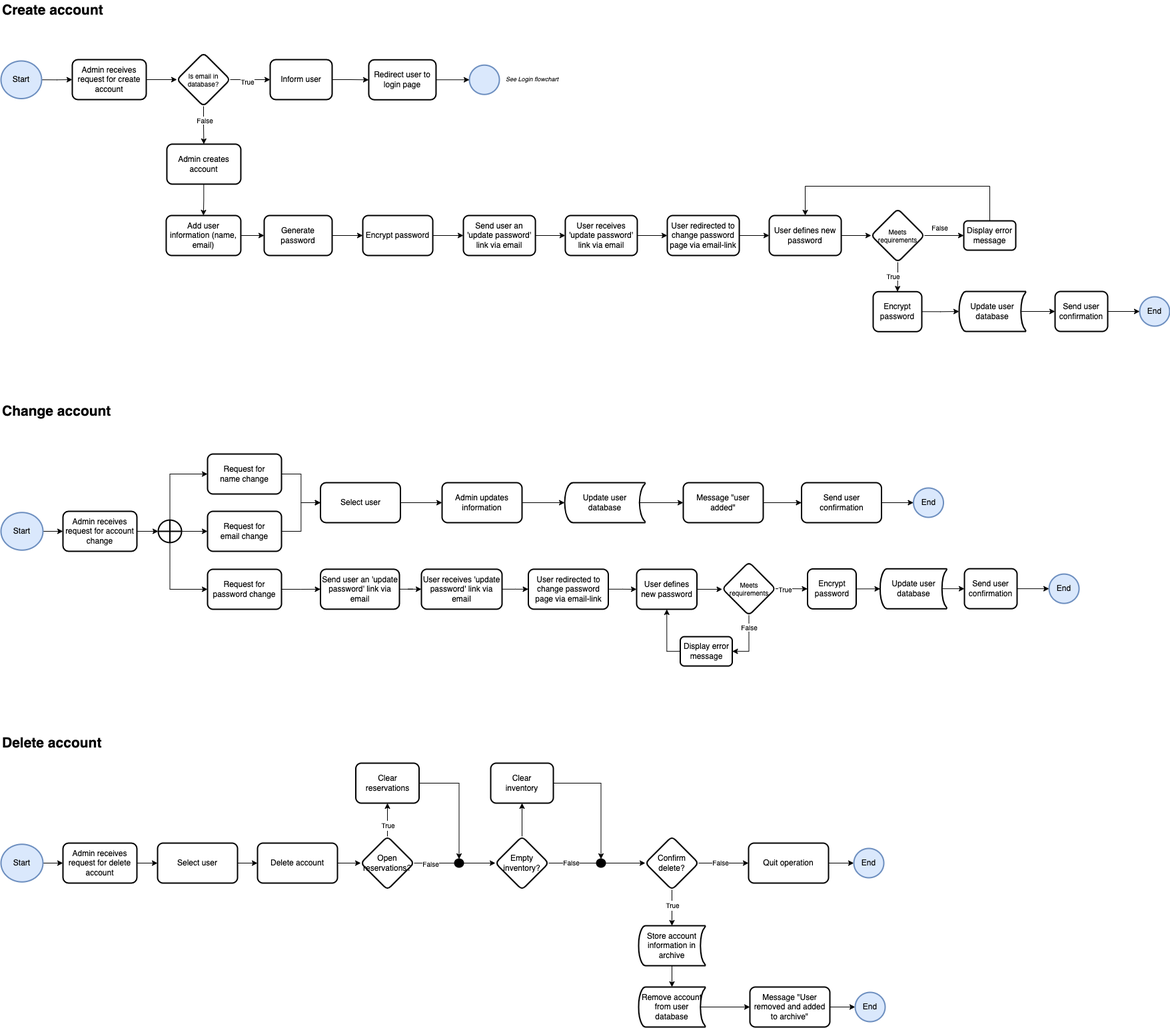
Earlier version of the draw.io export diagrams/manage-account.png (LauretteBuitenhuis/BookRental). Source tidied: cells renumbered, new cells last; positions are measured from the earlier drawing's top-left corner, leaving out a move shared by most shapes.
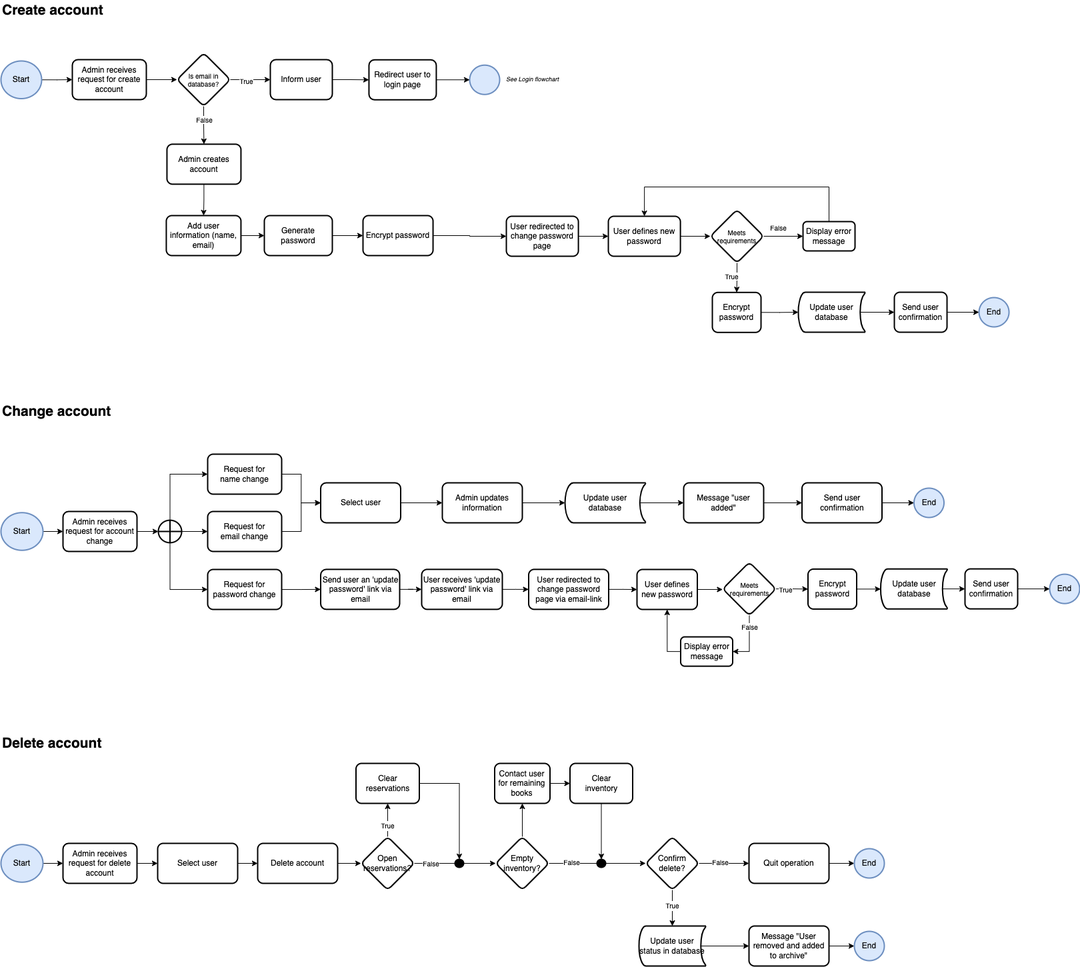
Later version of the same file.

Commit message:
Updated activity diagram manage account

Change to the diagram source:
```diff
@@ -68,35 +68,23 @@
     <mxCell id="23" value="See Login flowchart" style="text;html=1;strokeColor=none;fillColor=none;align=left;verticalAlign=middle;whiteSpace=wrap;rounded=0;strokeWidth=2;fontSize=9;fontStyle=2;" parent="1" vertex="1">
       <mxGeometry x="756" y="104.2" width="111" height="30" as="geometry" />
     </mxCell>
-    <mxCell id="24" style="edgeStyle=orthogonalEdgeStyle;rounded=0;jettySize=auto;html=1;exitX=1;exitY=0.5;exitDx=0;exitDy=0;entryX=0;entryY=0.5;entryDx=0;entryDy=0;fontSize=9;" parent="1" edge="1" source="25" target="27">
+    <mxCell id="24" style="edgeStyle=orthogonalEdgeStyle;rounded=0;jettySize=auto;html=1;exitX=1;exitY=0.5;exitDx=0;exitDy=0;entryX=0;entryY=0.5;entryDx=0;entryDy=0;fontSize=9;" parent="1" edge="1" source="25" target="31">
       <mxGeometry relative="1" as="geometry" />
     </mxCell>
     <mxCell id="25" value="Encrypt password" style="whiteSpace=wrap;html=1;fontSize=12;rounded=1;arcSize=14;strokeWidth=2;" parent="1" vertex="1">
       <mxGeometry x="543" y="323" width="105.1" height="60" as="geometry" />
     </mxCell>
-    <mxCell id="26" style="edgeStyle=orthogonalEdgeStyle;rounded=0;jettySize=auto;html=1;fontSize=12;" parent="1" edge="1" source="27" target="29">
-      <mxGeometry relative="1" as="geometry" />
-    </mxCell>
-    <mxCell id="27" value="Send user an 'update password' link via email" style="whiteSpace=wrap;html=1;rounded=1;arcSize=14;strokeWidth=2;" parent="1" vertex="1">
-      <mxGeometry x="694" y="323" width="108.1" height="60" as="geometry" />
-    </mxCell>
-    <mxCell id="28" style="edgeStyle=orthogonalEdgeStyle;rounded=0;jettySize=auto;html=1;exitX=1;exitY=0.5;exitDx=0;exitDy=0;entryX=0;entryY=0.5;entryDx=0;entryDy=0;fontSize=9;" parent="1" edge="1" source="29" target="31">
-      <mxGeometry relative="1" as="geometry" />
-    </mxCell>
-    <mxCell id="29" value="User receives 'update password' link via email" style="whiteSpace=wrap;html=1;rounded=1;arcSize=14;strokeWidth=2;" parent="1" vertex="1">
-      <mxGeometry x="846.9" y="323" width="108.1" height="60" as="geometry" />
-    </mxCell>
     <mxCell id="30" style="edgeStyle=orthogonalEdgeStyle;rounded=0;jettySize=auto;html=1;fontSize=12;" parent="1" edge="1" source="31" target="33">
       <mxGeometry relative="1" as="geometry" />
     </mxCell>
-    <mxCell id="31" value="User redirected to change password page via email-link" style="whiteSpace=wrap;html=1;rounded=1;arcSize=14;strokeWidth=2;" parent="1" vertex="1">
-      <mxGeometry x="1000" y="323" width="108.1" height="60" as="geometry" />
+    <mxCell id="31" value="User redirected to change password page" style="whiteSpace=wrap;html=1;rounded=1;arcSize=14;strokeWidth=2;" parent="1" vertex="1">
+      <mxGeometry x="758" y="324" width="108.1" height="60" as="geometry" />
     </mxCell>
     <mxCell id="32" style="edgeStyle=orthogonalEdgeStyle;rounded=0;jettySize=auto;html=1;exitX=1;exitY=0.5;exitDx=0;exitDy=0;entryX=0;entryY=0.5;entryDx=0;entryDy=0;fontSize=9;" parent="1" edge="1" source="33" target="38">
       <mxGeometry relative="1" as="geometry" />
     </mxCell>
     <mxCell id="33" value="User defines new password" style="whiteSpace=wrap;html=1;rounded=1;arcSize=14;strokeWidth=2;" parent="1" vertex="1">
-      <mxGeometry x="1153" y="323" width="108.1" height="60" as="geometry" />
+      <mxGeometry x="911" y="324" width="108.1" height="60" as="geometry" />
     </mxCell>
     <mxCell id="34" style="edgeStyle=orthogonalEdgeStyle;rounded=0;jettySize=auto;html=1;fontSize=10;exitX=1;exitY=0.5;exitDx=0;exitDy=0;entryX=0;entryY=0.5;entryDx=0;entryDy=0;" parent="1" edge="1" source="38" target="40">
       <mxGeometry relative="1" as="geometry" />
@@ -115,39 +103,39 @@
       </mxGeometry>
     </mxCell>
     <mxCell id="38" value="Meets requirements" style="rhombus;whiteSpace=wrap;html=1;rounded=1;arcSize=14;strokeWidth=2;fontSize=10;horizontal=1;verticalAlign=middle;" parent="1" vertex="1">
-      <mxGeometry x="1306" y="313" width="80" height="80" as="geometry" />
+      <mxGeometry x="1064" y="314" width="80" height="80" as="geometry" />
     </mxCell>
     <mxCell id="39" style="edgeStyle=orthogonalEdgeStyle;rounded=0;jettySize=auto;html=1;exitX=0.5;exitY=0;exitDx=0;exitDy=0;entryX=0.5;entryY=0;entryDx=0;entryDy=0;fontSize=12;" parent="1" edge="1" source="40" target="33">
       <mxGeometry relative="1" as="geometry">
         <Array as="points">
-          <mxPoint x="1484" y="279" />
-          <mxPoint x="1207" y="279" />
+          <mxPoint x="1242" y="280" />
+          <mxPoint x="965" y="280" />
         </Array>
       </mxGeometry>
     </mxCell>
     <mxCell id="40" value="Display error message" style="whiteSpace=wrap;html=1;rounded=1;arcSize=14;strokeWidth=2;" parent="1" vertex="1">
-      <mxGeometry x="1445" y="331" width="78" height="44" as="geometry" />
+      <mxGeometry x="1203" y="332" width="78" height="44" as="geometry" />
     </mxCell>
     <mxCell id="41" style="edgeStyle=orthogonalEdgeStyle;rounded=0;jettySize=auto;html=1;exitX=1;exitY=0.5;exitDx=0;exitDy=0;entryX=0;entryY=0.5;entryDx=0;entryDy=0;entryPerimeter=0;fontSize=12;" parent="1" edge="1" source="42" target="44">
       <mxGeometry relative="1" as="geometry" />
     </mxCell>
     <mxCell id="42" value="Encrypt password" style="whiteSpace=wrap;html=1;fontSize=12;rounded=1;arcSize=14;strokeWidth=2;" parent="1" vertex="1">
-      <mxGeometry x="1309" y="437.3" width="73" height="60" as="geometry" />
+      <mxGeometry x="1067" y="438.3" width="73" height="60" as="geometry" />
     </mxCell>
     <mxCell id="43" style="edgeStyle=orthogonalEdgeStyle;rounded=0;jettySize=auto;html=1;exitX=0.93;exitY=0.5;exitDx=0;exitDy=0;exitPerimeter=0;entryX=0;entryY=0.5;entryDx=0;entryDy=0;fontSize=12;" parent="1" edge="1" source="44" target="47">
       <mxGeometry relative="1" as="geometry" />
     </mxCell>
     <mxCell id="44" value="Update user database" style="strokeWidth=2;html=1;shape=mxgraph.flowchart.stored_data;whiteSpace=wrap;fontSize=12;" parent="1" vertex="1">
-      <mxGeometry x="1438" y="437" width="100" height="60" as="geometry" />
+      <mxGeometry x="1196" y="438" width="100" height="60" as="geometry" />
     </mxCell>
     <mxCell id="45" value="End" style="ellipse;whiteSpace=wrap;html=1;rounded=1;arcSize=14;strokeWidth=2;fillColor=#dae8fc;strokeColor=#6c8ebf;" parent="1" vertex="1">
-      <mxGeometry x="1709" y="445" width="45" height="44" as="geometry" />
+      <mxGeometry x="1467" y="446" width="45" height="44" as="geometry" />
     </mxCell>
     <mxCell id="46" style="edgeStyle=orthogonalEdgeStyle;rounded=0;jettySize=auto;html=1;exitX=1;exitY=0.5;exitDx=0;exitDy=0;entryX=0;entryY=0.5;entryDx=0;entryDy=0;fontSize=12;" parent="1" edge="1" source="47" target="45">
       <mxGeometry relative="1" as="geometry" />
     </mxCell>
     <mxCell id="47" value="Send user confirmation" style="whiteSpace=wrap;html=1;rounded=1;arcSize=14;strokeWidth=2;" parent="1" vertex="1">
-      <mxGeometry x="1582" y="437" width="79" height="60" as="geometry" />
+      <mxGeometry x="1340" y="438" width="79" height="60" as="geometry" />
     </mxCell>
     <mxCell id="48" style="edgeStyle=orthogonalEdgeStyle;rounded=0;jettySize=auto;html=1;exitX=1;exitY=0.5;exitDx=0;exitDy=0;exitPerimeter=0;entryX=0;entryY=0.5;entryDx=0;entryDy=0;fontSize=10;" parent="1" edge="1" source="49" target="52">
       <mxGeometry relative="1" as="geometry" />
@@ -350,23 +338,17 @@
     <mxCell id="112" value="End" style="ellipse;whiteSpace=wrap;html=1;rounded=1;arcSize=14;strokeWidth=2;fillColor=#dae8fc;strokeColor=#6c8ebf;" parent="1" vertex="1">
       <mxGeometry x="1280" y="1273" width="45" height="44" as="geometry" />
     </mxCell>
-    <mxCell id="113" style="edgeStyle=orthogonalEdgeStyle;rounded=0;jettySize=auto;html=1;fontSize=12;" parent="1" edge="1" source="114" target="116">
-      <mxGeometry relative="1" as="geometry" />
-    </mxCell>
-    <mxCell id="114" value="&lt;font style=&quot;font-size: 12px;&quot;&gt;Store account information in archive&lt;/font&gt;" style="strokeWidth=2;html=1;shape=mxgraph.flowchart.stored_data;whiteSpace=wrap;fontSize=9;" parent="1" vertex="1">
+    <mxCell id="114" value="&lt;font style=&quot;font-size: 12px;&quot;&gt;Update user status in database&lt;/font&gt;" style="strokeWidth=2;html=1;shape=mxgraph.flowchart.stored_data;whiteSpace=wrap;fontSize=9;" parent="1" vertex="1">
       <mxGeometry x="957" y="1389" width="100" height="60" as="geometry" />
     </mxCell>
-    <mxCell id="115" style="edgeStyle=orthogonalEdgeStyle;rounded=0;jettySize=auto;html=1;exitX=0.93;exitY=0.5;exitDx=0;exitDy=0;exitPerimeter=0;entryX=0;entryY=0.5;entryDx=0;entryDy=0;fontSize=10;" parent="1" edge="1" source="116" target="118">
+    <mxCell id="115" style="edgeStyle=orthogonalEdgeStyle;rounded=0;jettySize=auto;html=1;exitX=0.93;exitY=0.5;exitDx=0;exitDy=0;exitPerimeter=0;entryX=0;entryY=0.5;entryDx=0;entryDy=0;fontSize=10;" parent="1" edge="1" source="114" target="118">
       <mxGeometry relative="1" as="geometry" />
     </mxCell>
-    <mxCell id="116" value="&lt;font style=&quot;font-size: 12px;&quot;&gt;Remove account from user database&lt;/font&gt;" style="strokeWidth=2;html=1;shape=mxgraph.flowchart.stored_data;whiteSpace=wrap;fontSize=9;" parent="1" vertex="1">
-      <mxGeometry x="957" y="1481" width="100" height="60" as="geometry" />
-    </mxCell>
     <mxCell id="117" style="edgeStyle=orthogonalEdgeStyle;rounded=0;jettySize=auto;html=1;exitX=1;exitY=0.5;exitDx=0;exitDy=0;fontSize=10;" parent="1" edge="1" source="118" target="136">
       <mxGeometry relative="1" as="geometry" />
     </mxCell>
     <mxCell id="118" value="Message &quot;User removed and added to archive&quot;" style="whiteSpace=wrap;html=1;rounded=1;arcSize=14;strokeWidth=2;" parent="1" vertex="1">
-      <mxGeometry x="1124" y="1481" width="120" height="60" as="geometry" />
+      <mxGeometry x="1122" y="1389" width="120" height="60" as="geometry" />
     </mxCell>
     <mxCell id="119" style="edgeStyle=orthogonalEdgeStyle;rounded=0;jettySize=auto;html=1;fontSize=12;startArrow=none;" parent="1" edge="1" source="130" target="125">
       <mxGeometry relative="1" as="geometry" />
@@ -383,9 +365,9 @@
     <mxCell id="123" style="edgeStyle=orthogonalEdgeStyle;rounded=0;jettySize=auto;html=1;exitX=1;exitY=0.5;exitDx=0;exitDy=0;entryX=0;entryY=0.5;entryDx=0;entryDy=0;fontSize=12;startArrow=none;" parent="1" edge="1" source="133" target="109">
       <mxGeometry relative="1" as="geometry" />
     </mxCell>
-    <mxCell id="124" style="edgeStyle=orthogonalEdgeStyle;rounded=0;jettySize=auto;html=1;fontSize=12;exitX=0.5;exitY=0;exitDx=0;exitDy=0;" parent="1" edge="1" source="125" target="129">
-      <mxGeometry relative="1" as="geometry" />
-    </mxCell>
+    <mxCell id="137" style="edgeStyle=orthogonalEdgeStyle;rounded=0;jettySize=auto;html=1;" parent="1" edge="1" source="125" target="139">
+      <mxGeometry relative="1" as="geometry" />
+    </mxCell>
     <mxCell id="125" value="Empty &lt;br style=&quot;font-size: 12px;&quot;&gt;inventory?" style="rhombus;whiteSpace=wrap;html=1;fontSize=12;rounded=1;arcSize=14;strokeWidth=2;" parent="1" vertex="1">
       <mxGeometry x="742" y="1255" width="80" height="80" as="geometry" />
     </mxCell>
@@ -395,11 +377,11 @@
     <mxCell id="127" value="&lt;font style=&quot;font-size: 12px;&quot;&gt;Clear reservations&lt;/font&gt;" style="whiteSpace=wrap;html=1;rounded=1;arcSize=14;strokeWidth=2;fontSize=10;" parent="1" vertex="1">
       <mxGeometry x="532.5" y="1145" width="95" height="60" as="geometry" />
     </mxCell>
-    <mxCell id="128" style="edgeStyle=orthogonalEdgeStyle;rounded=0;jettySize=auto;html=1;exitX=1;exitY=0.5;exitDx=0;exitDy=0;entryX=0.5;entryY=0;entryDx=0;entryDy=0;fontSize=12;entryPerimeter=0;" parent="1" edge="1" source="129" target="133">
+    <mxCell id="128" style="edgeStyle=orthogonalEdgeStyle;rounded=0;jettySize=auto;html=1;exitX=0.5;exitY=1;exitDx=0;exitDy=0;entryX=0.5;entryY=0;entryDx=0;entryDy=0;fontSize=12;entryPerimeter=0;" parent="1" edge="1" source="129" target="133">
       <mxGeometry relative="1" as="geometry" />
     </mxCell>
     <mxCell id="129" value="Clear &lt;br&gt;inventory" style="whiteSpace=wrap;html=1;rounded=1;arcSize=14;strokeWidth=2;" parent="1" vertex="1">
-      <mxGeometry x="735" y="1145" width="94" height="60" as="geometry" />
+      <mxGeometry x="853.5" y="1145" width="94" height="60" as="geometry" />
     </mxCell>
     <mxCell id="130" style="verticalLabelPosition=bottom;verticalAlign=top;html=1;shape=mxgraph.flowchart.on-page_reference;strokeWidth=2;fontSize=10;fillColor=#000000;" parent="1" vertex="1">
       <mxGeometry x="681" y="1289" width="13" height="12" as="geometry" />
@@ -424,7 +406,13 @@
       </mxGeometry>
     </mxCell>
     <mxCell id="136" value="End" style="ellipse;whiteSpace=wrap;html=1;rounded=1;arcSize=14;strokeWidth=2;fillColor=#dae8fc;strokeColor=#6c8ebf;" parent="1" vertex="1">
-      <mxGeometry x="1282" y="1489" width="45" height="44" as="geometry" />
+      <mxGeometry x="1280" y="1397" width="45" height="44" as="geometry" />
     </mxCell>
+    <mxCell id="138" style="edgeStyle=orthogonalEdgeStyle;rounded=0;jettySize=auto;html=1;exitX=1;exitY=0.5;exitDx=0;exitDy=0;entryX=0;entryY=0.5;entryDx=0;entryDy=0;" parent="1" edge="1" source="139" target="129">
+      <mxGeometry relative="1" as="geometry" />
+    </mxCell>
+    <mxCell id="139" value="Contact user for remaining books" style="whiteSpace=wrap;html=1;rounded=1;arcSize=14;strokeWidth=2;" parent="1" vertex="1">
+      <mxGeometry x="740.5" y="1145" width="83" height="60" as="geometry" />
+    </mxCell>
   </root>
 </mxGraphModel>
```
